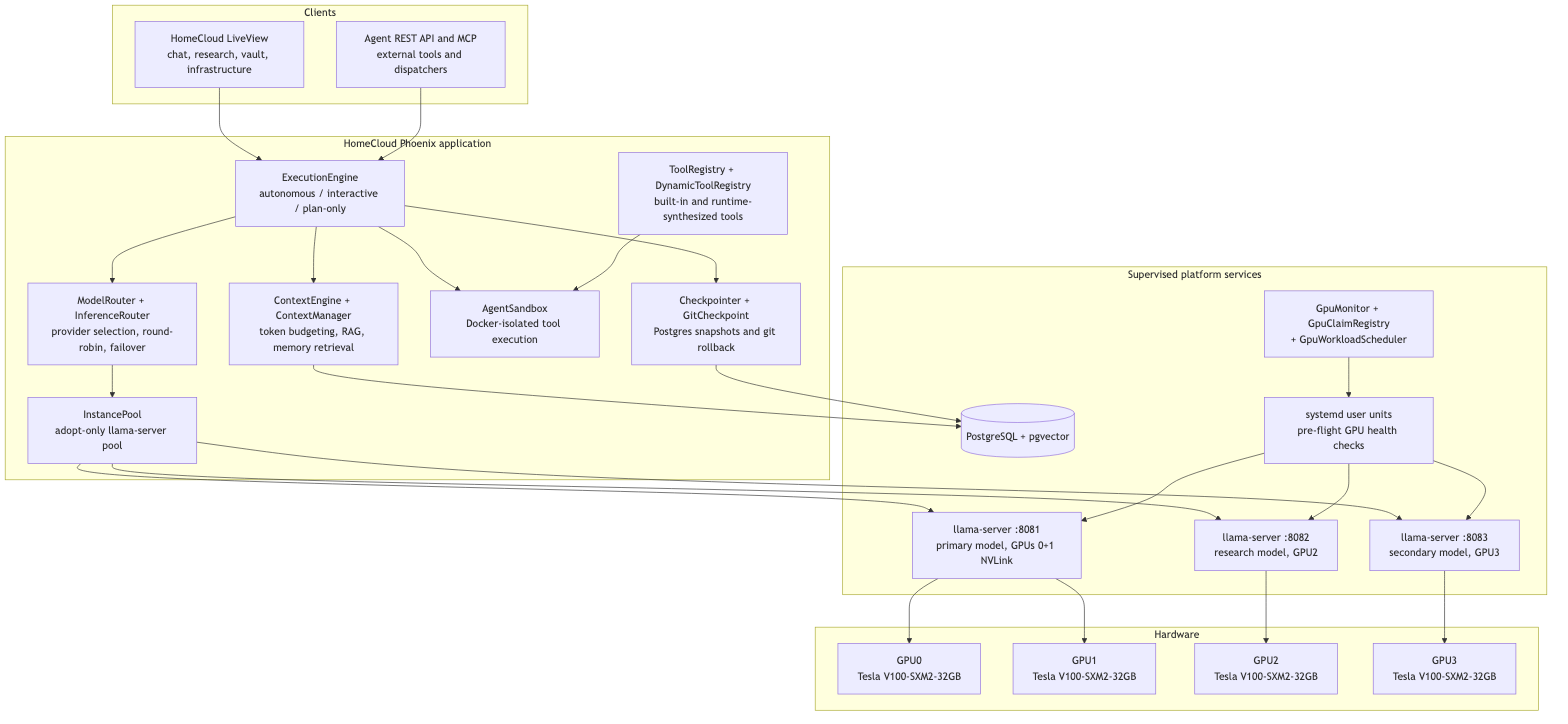
Before: homecloud/assets/diagrams/architecture.png, a diagram exported from Mermaid (wahargis/portfolio). Its source is kept beside it as homecloud/assets/diagrams/architecture.mmd.
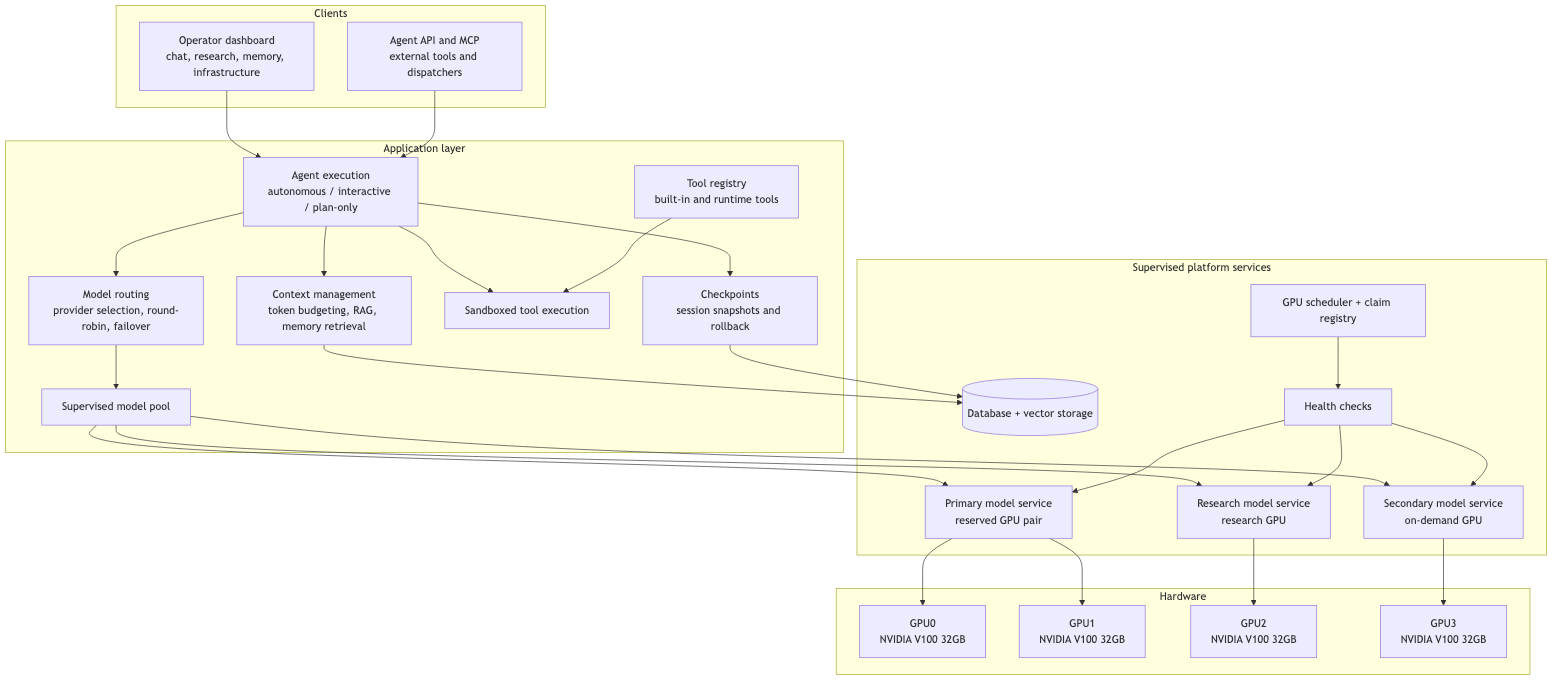
The same file after the commit.

What changed in the source:
```diff
@@ -1,53 +1,53 @@
 flowchart TD
     subgraph clients["Clients"]
-        LV["HomeCloud LiveView<br/>chat, research, vault, infrastructure"]
-        API["Agent REST API and MCP<br/>external tools and dispatchers"]
+        UI["Operator dashboard<br/>chat, research, memory, infrastructure"]
+        API["Agent API and MCP<br/>external tools and dispatchers"]
     end
 
-    subgraph app["HomeCloud Phoenix application"]
-        EE["ExecutionEngine<br/>autonomous / interactive / plan-only"]
-        CE["ContextEngine + ContextManager<br/>token budgeting, RAG, memory retrieval"]
-        MR["ModelRouter + InferenceRouter<br/>provider selection, round-robin, failover"]
-        IP["InstancePool<br/>adopt-only llama-server pool"]
-        TR["ToolRegistry + DynamicToolRegistry<br/>built-in and runtime-synthesized tools"]
-        SB["AgentSandbox<br/>Docker-isolated tool execution"]
-        CK["Checkpointer + GitCheckpoint<br/>Postgres snapshots and git rollback"]
+    subgraph app["Application layer"]
+        EXEC["Agent execution<br/>autonomous / interactive / plan-only"]
+        CTX["Context management<br/>token budgeting, RAG, memory retrieval"]
+        ROUTE["Model routing<br/>provider selection, round-robin, failover"]
+        POOL["Supervised model pool"]
+        TOOLS["Tool registry<br/>built-in and runtime tools"]
+        SANDBOX["Sandboxed tool execution"]
+        CHECK["Checkpoints<br/>session snapshots and rollback"]
     end
 
     subgraph services["Supervised platform services"]
-        PG[("PostgreSQL + pgvector")]
-        SD["systemd user units<br/>pre-flight GPU health checks"]
-        L1["llama-server :8081<br/>primary model, GPUs 0+1 NVLink"]
-        L2["llama-server :8082<br/>research model, GPU2"]
-        L3["llama-server :8083<br/>secondary model, GPU3"]
-        GM["GpuMonitor + GpuClaimRegistry<br/>+ GpuWorkloadScheduler"]
+        DB[("Database + vector storage")]
+        HEALTH["Health checks"]
+        M1["Primary model service<br/>reserved GPU pair"]
+        M2["Research model service<br/>research GPU"]
+        M3["Secondary model service<br/>on-demand GPU"]
+        SCHED["GPU scheduler + claim registry"]
     end
 
     subgraph hw["Hardware"]
-        G0["GPU0<br/>Tesla V100-SXM2-32GB"]
-        G1["GPU1<br/>Tesla V100-SXM2-32GB"]
-        G2["GPU2<br/>Tesla V100-SXM2-32GB"]
-        G3["GPU3<br/>Tesla V100-SXM2-32GB"]
+        G0["GPU0<br/>NVIDIA V100 32GB"]
+        G1["GPU1<br/>NVIDIA V100 32GB"]
+        G2["GPU2<br/>NVIDIA V100 32GB"]
+        G3["GPU3<br/>NVIDIA V100 32GB"]
     end
 
-    LV --> EE
-    API --> EE
-    EE --> CE
-    EE --> MR
-    MR --> IP
-    IP --> L1
-    IP --> L2
-    IP --> L3
-    EE --> SB
-    EE --> CK
-    CE --> PG
-    CK --> PG
-    TR --> SB
-    SD --> L1
-    SD --> L2
-    SD --> L3
-    GM --> SD
-    L1 --> G0
-    L1 --> G1
-    L2 --> G2
-    L3 --> G3
+    UI --> EXEC
+    API --> EXEC
+    EXEC --> CTX
+    EXEC --> ROUTE
+    ROUTE --> POOL
+    POOL --> M1
+    POOL --> M2
+    POOL --> M3
+    EXEC --> SANDBOX
+    EXEC --> CHECK
+    CTX --> DB
+    CHECK --> DB
+    TOOLS --> SANDBOX
+    HEALTH --> M1
+    HEALTH --> M2
+    HEALTH --> M3
+    SCHED --> HEALTH
+    M1 --> G0
+    M1 --> G1
+    M2 --> G2
+    M3 --> G3
```
